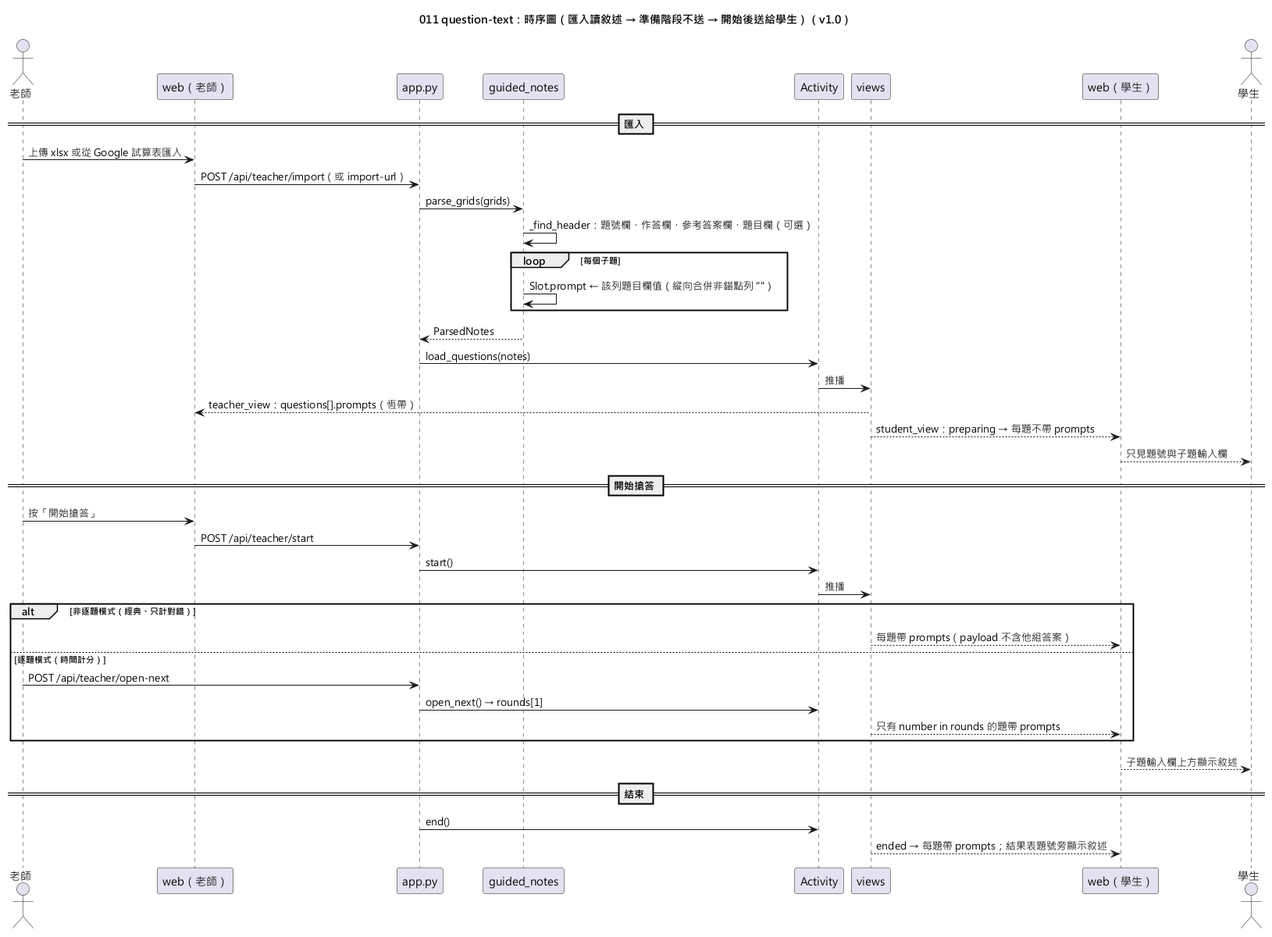
Earlier version of the PlantUML export diagrams/011-question-text-sequence.png (yue083139/software_fin-speckit). Its diagram source:
```plantuml
@startuml 011-question-text-sequence
skinparamlocked defaultFontName Microsoft JhengHei
title 011 question-text：時序圖（匯入讀敘述 → 準備階段不送 → 開始後送給學生）（v1.0）

actor "老師" as T
participant "web（老師）" as WT
participant "app.py" as App
participant "guided_notes" as GN
participant "Activity" as Act
participant "views" as V
participant "web（學生）" as WS
actor "學生" as S

== 匯入 ==
T -> WT : 上傳 xlsx 或從 Google 試算表匯入
WT -> App : POST /api/teacher/import（或 import-url）
App -> GN : parse_grids(grids)
GN -> GN : _find_header：題號欄・作答欄・參考答案欄・題目欄（可選）
loop 每個子題
  GN -> GN : Slot.prompt ← 該列題目欄值（縱向合併非錨點列 ""）
end
GN --> App : ParsedNotes
App -> Act : load_questions(notes)
Act -> V : 推播
V --> WT : teacher_view：questions[].prompts（恆帶）
V --> WS : student_view：preparing → 每題不帶 prompts
WS --> S : 只見題號與子題輸入欄

== 開始搶答 ==
T -> WT : 按「開始搶答」
WT -> App : POST /api/teacher/start
App -> Act : start()
Act -> V : 推播
alt 非逐題模式（經典、只計對錯）
  V --> WS : 每題帶 prompts（payload 不含他組答案）
else 逐題模式（時間計分）
  T -> App : POST /api/teacher/open-next
  App -> Act : open_next() → rounds[1]
  V --> WS : 只有 number in rounds 的題帶 prompts
end
WS --> S : 子題輸入欄上方顯示敘述

== 結束 ==
App -> Act : end()
V --> WS : ended → 每題帶 prompts；結果表題號旁顯示敘述
@enduml
```
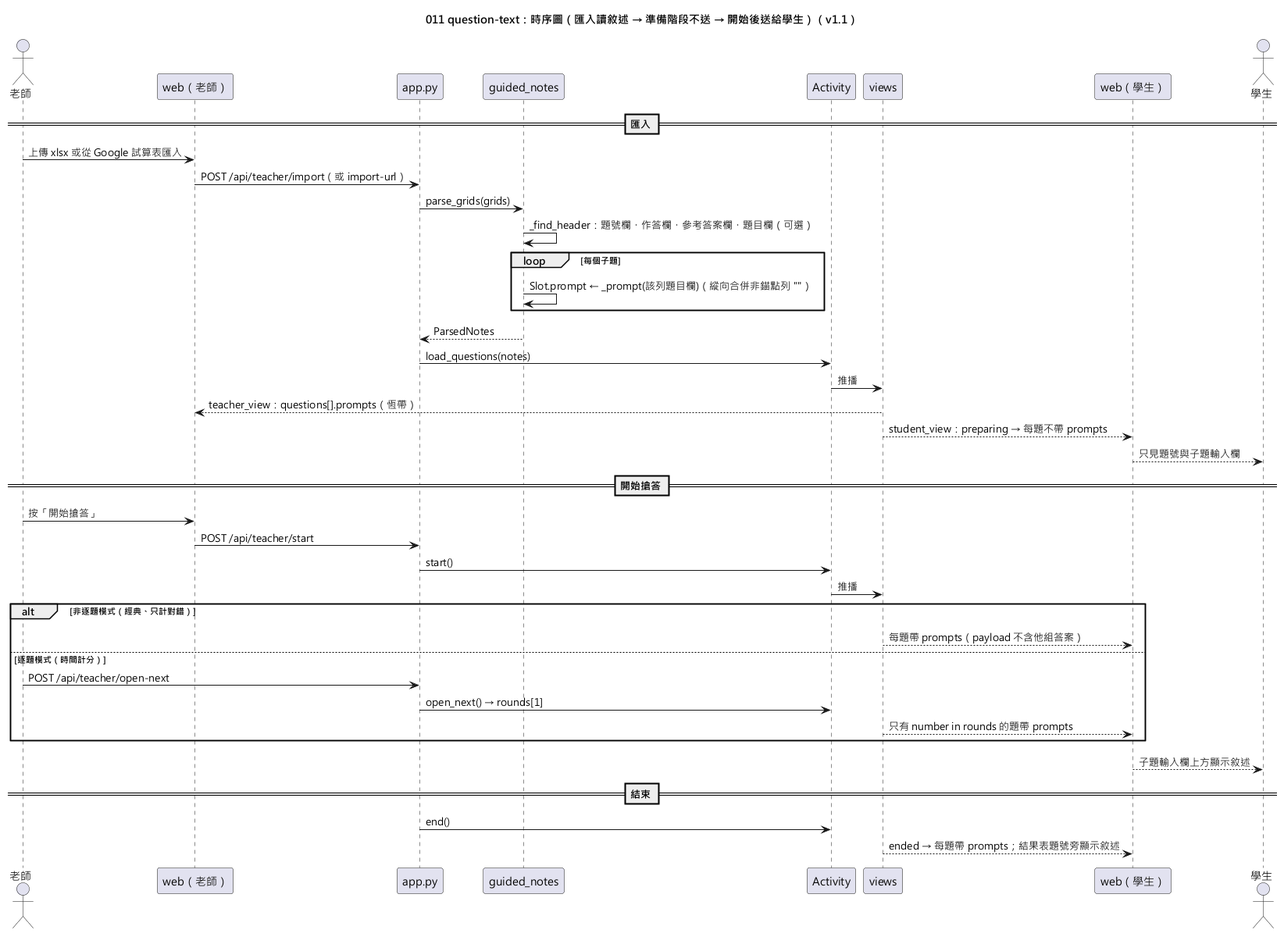
Above is the later version.

The edit, as a diff of the source:
```diff
@@ -1,6 +1,6 @@
 @startuml 011-question-text-sequence
 skinparamlocked defaultFontName Microsoft JhengHei
-title 011 question-text：時序圖（匯入讀敘述 → 準備階段不送 → 開始後送給學生）（v1.0）
+title 011 question-text：時序圖（匯入讀敘述 → 準備階段不送 → 開始後送給學生）（v1.1）
 
 actor "老師" as T
 participant "web（老師）" as WT
@@ -17,7 +17,7 @@
 App -> GN : parse_grids(grids)
 GN -> GN : _find_header：題號欄・作答欄・參考答案欄・題目欄（可選）
 loop 每個子題
-  GN -> GN : Slot.prompt ← 該列題目欄值（縱向合併非錨點列 ""）
+  GN -> GN : Slot.prompt ← _prompt(該列題目欄)（縱向合併非錨點列 ""）
 end
 GN --> App : ParsedNotes
 App -> Act : load_questions(notes)
```
